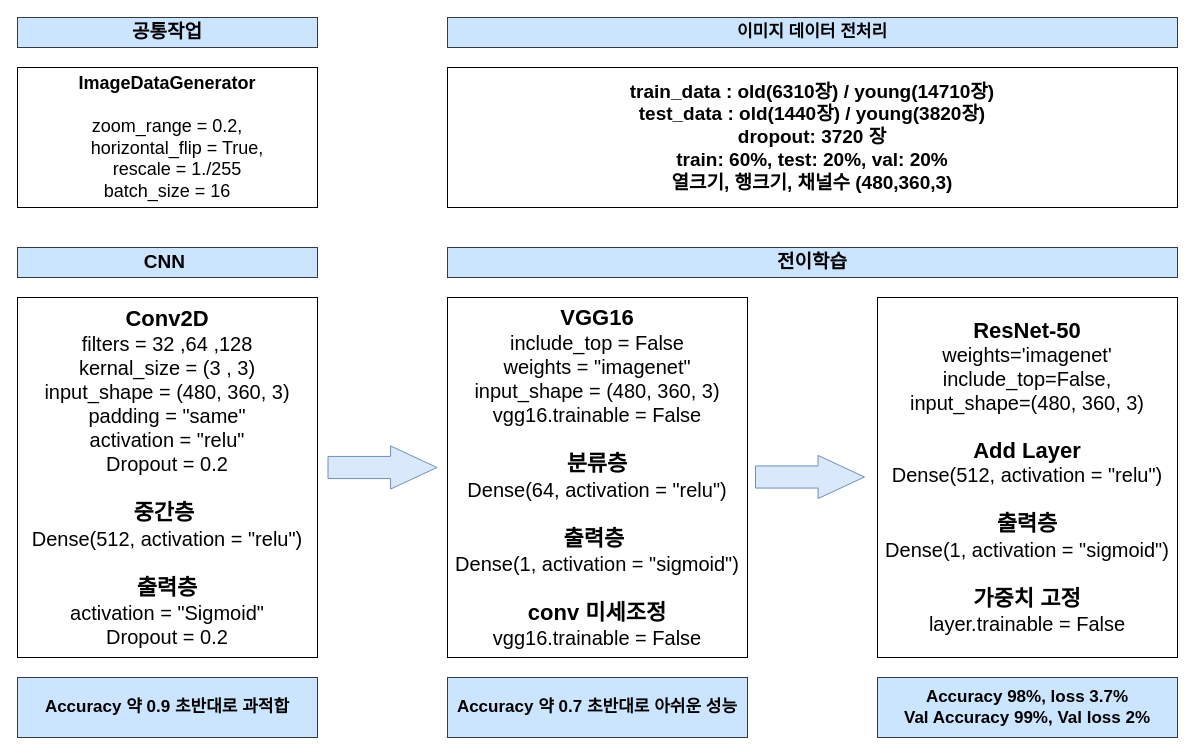
Earlier version of the draw.io diagram 산출문서/딥러닝 학습.drawio (2023-AISCHOOL-APP/BBMR). Source tidied: cells renumbered, new cells numbered last; positions are measured from the earlier drawing's top-left corner, leaving out a move shared by most shapes. Both pictures are drawn from the tidied source at 100%, with x=0, y=0 at pixel (17, 17).
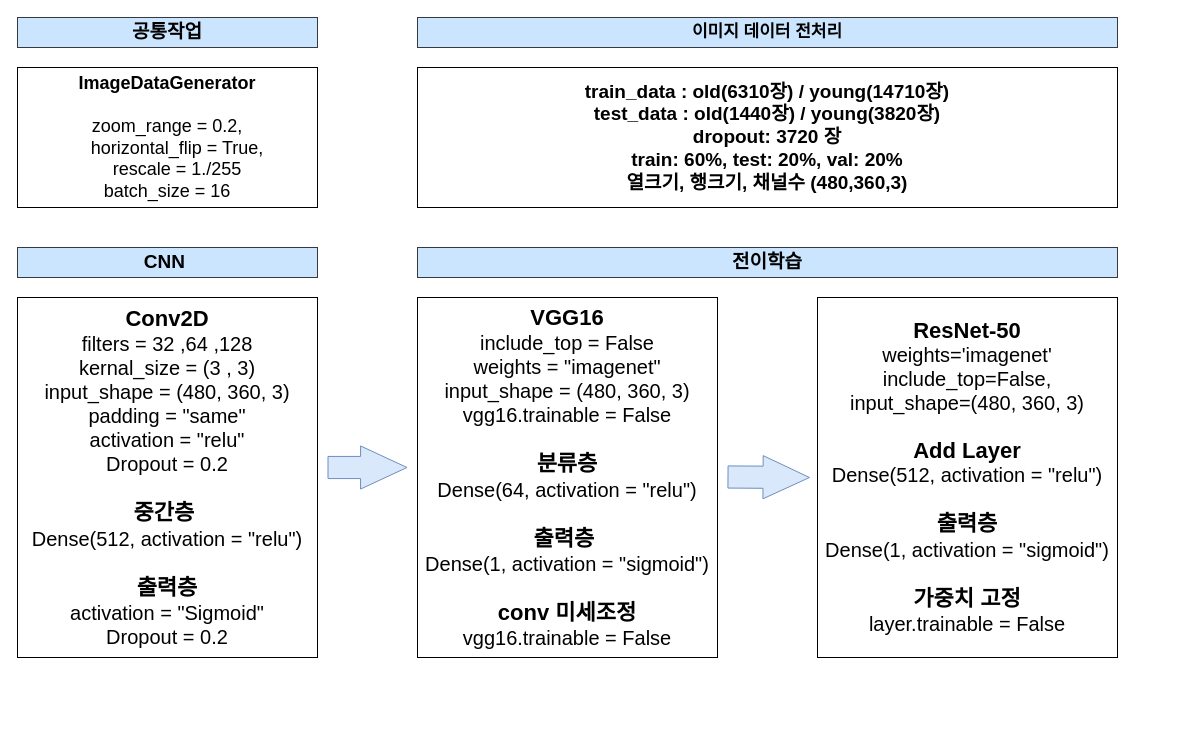
The same diagram, later.

Commit message (it also covers changes not shown here):
1129 yumin2, doheon merge

Diff of the diagram source:
```diff
@@
 <mxGraphModel>
   <root>
     <mxCell id="0" />
     <mxCell id="1" parent="0" />
     <mxCell id="2" value="&lt;font style=&quot;border-color: var(--border-color); font-size: 18px;&quot;&gt;&lt;font style=&quot;border-color: var(--border-color); font-size: 18px;&quot;&gt;&lt;b style=&quot;font-size: 18px;&quot;&gt;&lt;font style=&quot;font-size: 18px;&quot;&gt;ImageDataGenerator&lt;/font&gt;&lt;/b&gt;&lt;br style=&quot;border-color: var(--border-color); font-size: 18px;&quot;&gt;&lt;/font&gt;&lt;br style=&quot;border-color: var(--border-color); font-size: 18px;&quot;&gt;&lt;/font&gt;zoom_range = 0.2,&lt;div style=&quot;font-size: 18px;&quot;&gt;&amp;nbsp; &amp;nbsp; horizontal_flip = True,&lt;/div&gt;&lt;div style=&quot;font-size: 18px;&quot;&gt;&amp;nbsp; &amp;nbsp; rescale = 1./255&lt;/div&gt;&lt;div style=&quot;font-size: 18px;&quot;&gt;batch_size = 16&lt;/div&gt;" style="rounded=0;whiteSpace=wrap;html=1;fontSize=18;" parent="1" vertex="1">
       <mxGeometry y="50" width="300" height="140" as="geometry" />
     </mxCell>
     <mxCell id="3" value="공통작업" style="rounded=0;whiteSpace=wrap;html=1;fontSize=19;fontStyle=1;fillColor=#cce5ff;strokeColor=#36393d;" parent="1" vertex="1">
       <mxGeometry width="300" height="30" as="geometry" />
     </mxCell>
     <mxCell id="4" style="shape=flexArrow;endArrow=classic;html=1;rounded=0;width=22.142857142857146;endSize=15.142857142857144;fillColor=#dae8fc;strokeColor=#6c8ebf;" parent="1" edge="1">
       <mxGeometry relative="1" as="geometry">
         <mxPoint x="310" y="450" as="sourcePoint" />
-        <mxPoint x="420" y="450" as="targetPoint" />
+        <mxPoint x="390" y="450" as="targetPoint" />
       </mxGeometry>
     </mxCell>
     <mxCell id="5" value="&lt;font style=&quot;font-size: 19px;&quot;&gt;train_data : old(6310장) / young(14710장)&lt;br style=&quot;font-size: 19px;&quot;&gt;test_data : old(1440장) / young(3820장)&lt;br style=&quot;font-size: 19px;&quot;&gt;dropout: 3720 장&lt;br style=&quot;font-size: 19px;&quot;&gt;train: 60%, test: 20%, val: 20%&lt;br style=&quot;font-size: 19px;&quot;&gt;&lt;font style=&quot;font-size: 19px;&quot;&gt;열크기, 행크기, 채널수&amp;nbsp;(480,360,3)&lt;/font&gt;&lt;/font&gt;" style="rounded=0;whiteSpace=wrap;html=1;fontSize=19;fontStyle=1;" parent="1" vertex="1">
-      <mxGeometry x="430" y="50" width="730" height="140" as="geometry" />
+      <mxGeometry x="400" y="50" width="700" height="140" as="geometry" />
     </mxCell>
     <mxCell id="6" value="&lt;font style=&quot;font-size: 17px;&quot;&gt;이미지 데이터 전처리&lt;br&gt;&lt;/font&gt;" style="rounded=0;whiteSpace=wrap;html=1;fontSize=15;fontStyle=1;verticalAlign=middle;fillColor=#cce5ff;strokeColor=#36393d;" parent="1" vertex="1">
-      <mxGeometry x="430" width="730" height="30" as="geometry" />
+      <mxGeometry x="400" width="700" height="30" as="geometry" />
     </mxCell>
     <mxCell id="7" value="&lt;div style=&quot;line-height: 120%;&quot;&gt;&lt;b style=&quot;&quot;&gt;&lt;font style=&quot;font-size: 22px;&quot;&gt;ResNet-50&lt;/font&gt;&lt;/b&gt;&lt;/div&gt;&lt;div style=&quot;line-height: 120%; font-size: 20px;&quot;&gt;&lt;font style=&quot;font-size: 20px;&quot;&gt;weights='imagenet'&lt;/font&gt;&lt;/div&gt;&lt;div style=&quot;line-height: 120%; font-size: 20px;&quot;&gt;&lt;font style=&quot;font-size: 20px;&quot;&gt;include_top=False,&lt;/font&gt;&lt;/div&gt;&lt;div style=&quot;line-height: 120%; font-size: 20px;&quot;&gt;&lt;font style=&quot;font-size: 20px;&quot;&gt;input_shape=(480, 360, 3)&lt;/font&gt;&lt;br style=&quot;font-size: 20px;&quot;&gt;&lt;/div&gt;&lt;div style=&quot;line-height: 120%; font-size: 20px;&quot;&gt;&lt;br style=&quot;font-size: 20px;&quot;&gt;&lt;/div&gt;&lt;div style=&quot;line-height: 120%;&quot;&gt;&lt;b style=&quot;&quot;&gt;&lt;font style=&quot;font-size: 22px;&quot;&gt;Add Layer&lt;/font&gt;&lt;/b&gt;&lt;/div&gt;&lt;div style=&quot;font-size: 20px; line-height: 120%;&quot;&gt;Dense(512, activation = &quot;relu&quot;)&lt;br style=&quot;border-color: var(--border-color); font-size: 20px;&quot;&gt;&lt;/div&gt;&lt;div style=&quot;font-size: 20px; line-height: 120%;&quot;&gt;&lt;br style=&quot;font-size: 20px;&quot;&gt;&lt;/div&gt;&lt;b style=&quot;border-color: var(--border-color);&quot;&gt;&lt;font style=&quot;border-color: var(--border-color); font-size: 22px;&quot;&gt;출력층&lt;/font&gt;&lt;/b&gt;&lt;div style=&quot;font-size: 20px; line-height: 120%;&quot;&gt;Dense(1, activation = &quot;sigmoid&quot;)&lt;br style=&quot;font-size: 20px;&quot;&gt;&lt;/div&gt;&lt;div style=&quot;font-size: 20px; line-height: 120%;&quot;&gt;&lt;br style=&quot;font-size: 20px;&quot;&gt;&lt;/div&gt;&lt;div style=&quot;line-height: 120%; font-size: 22px;&quot;&gt;&lt;b style=&quot;&quot;&gt;&lt;font style=&quot;font-size: 22px;&quot;&gt;가중치 &lt;/font&gt;&lt;font style=&quot;font-size: 22px;&quot;&gt;고정&lt;/font&gt;&lt;/b&gt;&lt;/div&gt;&lt;div style=&quot;line-height: 120%; font-size: 20px;&quot;&gt;&lt;font style=&quot;font-size: 20px;&quot;&gt;layer.trainable = False&lt;/font&gt;&lt;br style=&quot;font-size: 20px;&quot;&gt;&lt;/div&gt;" style="rounded=0;whiteSpace=wrap;html=1;fontSize=20;" parent="1" vertex="1">
-      <mxGeometry x="860" y="280" width="300" height="360" as="geometry" />
+      <mxGeometry x="800" y="280" width="300" height="360" as="geometry" />
     </mxCell>
-    <mxCell id="8" value="Accuracy 98%, loss 3.7%&lt;br style=&quot;font-size: 17px;&quot;&gt;Val Accuracy 99%, Val loss 2%" style="rounded=0;whiteSpace=wrap;html=1;fontSize=17;fillColor=#cce5ff;strokeColor=#36393d;fontStyle=1;" parent="1" vertex="1">
-      <mxGeometry x="860" y="660" width="300" height="60" as="geometry" />
-    </mxCell>
     <mxCell id="9" value="전이학습" style="rounded=0;whiteSpace=wrap;html=1;fontSize=19;fontStyle=1;fillColor=#cce5ff;strokeColor=#36393d;" parent="1" vertex="1">
-      <mxGeometry x="430" y="230" width="730" height="30" as="geometry" />
+      <mxGeometry x="400" y="230" width="700" height="30" as="geometry" />
     </mxCell>
-    <mxCell id="10" value="Accuracy 약 0.7 초반대로 아쉬운 성능" style="rounded=0;whiteSpace=wrap;html=1;fontSize=17;fillColor=#cce5ff;strokeColor=#36393d;fontStyle=1;" parent="1" vertex="1">
-      <mxGeometry x="430" y="660" width="300" height="60" as="geometry" />
-    </mxCell>
     <mxCell id="11" value="&lt;font style=&quot;&quot;&gt;&lt;font style=&quot;font-weight: bold; font-size: 22px;&quot;&gt;VGG16&lt;/font&gt;&lt;br style=&quot;font-size: 20px;&quot;&gt;include_top = False&lt;br style=&quot;font-size: 20px;&quot;&gt;weights = &quot;imagenet&quot;&lt;br style=&quot;font-size: 20px;&quot;&gt;input_shape = (480, 360, 3)&lt;br style=&quot;font-size: 20px;&quot;&gt;vgg16.trainable = False&lt;br style=&quot;font-size: 20px;&quot;&gt;&lt;br style=&quot;font-size: 20px;&quot;&gt;&lt;span style=&quot;border-color: var(--border-color);&quot;&gt;&lt;b style=&quot;&quot;&gt;&lt;font style=&quot;font-size: 22px;&quot;&gt;분류층&lt;/font&gt;&lt;/b&gt;&lt;/span&gt;&lt;/font&gt;&lt;font style=&quot;&quot;&gt;&lt;br style=&quot;font-size: 20px;&quot;&gt;Dense(64, activation = &quot;relu&quot;)&lt;br style=&quot;font-size: 20px;&quot;&gt;&lt;br style=&quot;font-size: 20px;&quot;&gt;&lt;b style=&quot;&quot;&gt;&lt;font style=&quot;font-size: 22px;&quot;&gt;출력층&amp;nbsp;&lt;/font&gt;&lt;/b&gt;&lt;br style=&quot;font-size: 20px;&quot;&gt;Dense(1, activation = &quot;sigmoid&quot;)&lt;br style=&quot;font-size: 20px;&quot;&gt;&lt;br style=&quot;font-size: 20px;&quot;&gt;&lt;/font&gt;&lt;b style=&quot;&quot;&gt;&lt;font style=&quot;font-size: 22px;&quot;&gt;conv 미세조정&lt;/font&gt;&lt;/b&gt;&lt;br style=&quot;font-size: 20px;&quot;&gt;vgg16.trainable = False" style="rounded=0;whiteSpace=wrap;html=1;fontSize=20;" parent="1" vertex="1">
-      <mxGeometry x="430" y="280" width="300" height="360" as="geometry" />
+      <mxGeometry x="400" y="280" width="300" height="360" as="geometry" />
     </mxCell>
     <mxCell id="12" style="shape=flexArrow;endArrow=classic;html=1;rounded=0;width=22.142857142857146;endSize=15.142857142857144;fillColor=#dae8fc;strokeColor=#6c8ebf;" parent="1" edge="1">
       <mxGeometry relative="1" as="geometry">
-        <mxPoint x="737.5" y="459.5" as="sourcePoint" />
-        <mxPoint x="847.5" y="459.5" as="targetPoint" />
+        <mxPoint x="710" y="459.5" as="sourcePoint" />
+        <mxPoint x="792.5" y="460" as="targetPoint" />
+        <Array as="points">
+          <mxPoint x="710.5" y="460" />
+        </Array>
       </mxGeometry>
     </mxCell>
-    <mxCell id="13" value="Accuracy 약 0.9 초반대로 과적합" style="rounded=0;whiteSpace=wrap;html=1;fontSize=17;fillColor=#cce5ff;strokeColor=#36393d;fontStyle=1;" parent="1" vertex="1">
-      <mxGeometry y="660" width="300" height="60" as="geometry" />
-    </mxCell>
     <mxCell id="14" value="CNN&amp;nbsp;" style="rounded=0;whiteSpace=wrap;html=1;fontSize=19;fontStyle=1;fillColor=#cce5ff;strokeColor=#36393d;" parent="1" vertex="1">
       <mxGeometry y="230" width="300" height="30" as="geometry" />
     </mxCell>
     <mxCell id="15" value="&lt;font style=&quot;font-size: 22px;&quot;&gt;&lt;b style=&quot;&quot;&gt;&lt;font style=&quot;font-size: 22px;&quot;&gt;Conv2D&lt;/font&gt;&lt;/b&gt;&lt;br style=&quot;&quot;&gt;&lt;/font&gt;filters = 32 ,64 ,128&lt;br style=&quot;font-size: 20px;&quot;&gt;kernal_size = (3 , 3)&lt;br style=&quot;font-size: 20px;&quot;&gt;input_shape = (480, 360, 3)&lt;br style=&quot;font-size: 20px;&quot;&gt;padding = &quot;same&quot;&lt;br style=&quot;font-size: 20px;&quot;&gt;activation = &quot;relu&quot;&lt;br style=&quot;font-size: 20px;&quot;&gt;Dropout = 0.2&lt;br style=&quot;font-size: 20px;&quot;&gt;&lt;br style=&quot;font-size: 20px;&quot;&gt;&lt;b style=&quot;&quot;&gt;&lt;font style=&quot;font-size: 22px;&quot;&gt;중간층&amp;nbsp;&lt;/font&gt;&lt;/b&gt;&lt;br style=&quot;font-size: 20px;&quot;&gt;Dense(512, activation = &quot;relu&quot;)&lt;br style=&quot;font-size: 20px;&quot;&gt;&lt;br style=&quot;font-size: 20px;&quot;&gt;&lt;b style=&quot;&quot;&gt;&lt;font style=&quot;font-size: 22px;&quot;&gt;출력층&lt;/font&gt;&lt;/b&gt;&lt;br style=&quot;font-size: 20px;&quot;&gt;activation = &quot;Sigmoid&quot;&lt;br style=&quot;font-size: 20px;&quot;&gt;Dropout = 0.2" style="rounded=0;whiteSpace=wrap;html=1;fontSize=20;" parent="1" vertex="1">
       <mxGeometry y="280" width="300" height="360" as="geometry" />
     </mxCell>
   </root>
 </mxGraphModel>
```
